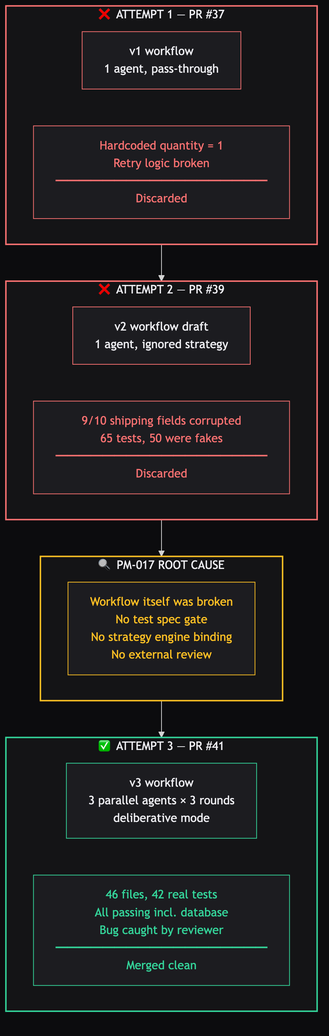
Earlier version of the Mermaid export docs/nathan-reports/assets/three-attempts.png (spaceBrownie/auto-shipper-ai). Its source is kept beside it as docs/nathan-reports/assets/three-attempts.mmd.
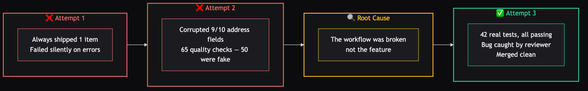
Later version of the same file.

Commit message:
docs: NR-007 revisions — compact diagrams, remove technical jargon

Diff of the diagram source:
```diff
@@ -1,35 +1,27 @@
-graph TB
-    subgraph A1["❌ ATTEMPT 1 — PR #37"]
-        A1D["v1 workflow<br/>1 agent, pass-through"]
-        A1R["Hardcoded quantity = 1<br/>Retry logic broken<br/>━━━━━━━━━━━━━━━━━━<br/>Discarded"]
+graph LR
+    subgraph A1["❌ Attempt 1"]
+        A1R["Always shipped 1 item\nFailed silently on errors"]
     end
 
-    subgraph A2["❌ ATTEMPT 2 — PR #39"]
-        A2D["v2 workflow draft<br/>1 agent, ignored strategy"]
-        A2R["9/10 shipping fields corrupted<br/>65 tests, 50 were fakes<br/>━━━━━━━━━━━━━━━━━━<br/>Discarded"]
+    subgraph A2["❌ Attempt 2"]
+        A2R["Corrupted 9/10 address fields\n65 quality checks — 50 were fake"]
     end
 
-    subgraph PM["🔍 PM-017 ROOT CAUSE"]
-        PMD["Workflow itself was broken<br/>No test spec gate<br/>No strategy engine binding<br/>No external review"]
+    subgraph PM["🔍 Root Cause"]
+        PMR["The workflow was broken\nnot the feature"]
     end
 
-    subgraph A3["✅ ATTEMPT 3 — PR #41"]
-        A3D["v3 workflow<br/>3 parallel agents × 3 rounds<br/>deliberative mode"]
-        A3R["46 files, 42 real tests<br/>All passing incl. database<br/>Bug caught by reviewer<br/>━━━━━━━━━━━━━━━━━━<br/>Merged clean"]
+    subgraph A3["✅ Attempt 3"]
+        A3R["42 real tests, all passing\nBug caught by reviewer\nMerged clean"]
     end
 
-    A1 --> A2
-    A2 --> PM
-    PM --> A3
+    A1 --> A2 --> PM --> A3
 
-    style A1 fill:#141416,stroke:#f87171,stroke-width:2px,color:#ececf0
-    style A2 fill:#141416,stroke:#f87171,stroke-width:2px,color:#ececf0
-    style PM fill:#141416,stroke:#fbbf24,stroke-width:2px,color:#ececf0
-    style A3 fill:#141416,stroke:#34d399,stroke-width:2px,color:#ececf0
-    style A1D fill:#1c1c20,stroke:#f87171,stroke-width:1px,color:#ececf0
-    style A1R fill:#1c1c20,stroke:#f87171,stroke-width:1px,color:#f87171
-    style A2D fill:#1c1c20,stroke:#f87171,stroke-width:1px,color:#ececf0
-    style A2R fill:#1c1c20,stroke:#f87171,stroke-width:1px,color:#f87171
-    style PMD fill:#1c1c20,stroke:#fbbf24,stroke-width:1px,color:#fbbf24
-    style A3D fill:#1c1c20,stroke:#34d399,stroke-width:1px,color:#ececf0
-    style A3R fill:#1c1c20,stroke:#34d399,stroke-width:1px,color:#34d399
+    style A1 fill:#141416,stroke:#f87171,stroke-width:2px,color:#f87171
+    style A2 fill:#141416,stroke:#f87171,stroke-width:2px,color:#f87171
+    style PM fill:#141416,stroke:#fbbf24,stroke-width:2px,color:#fbbf24
+    style A3 fill:#141416,stroke:#34d399,stroke-width:2px,color:#34d399
+    style A1R fill:#1c1c20,stroke:#f87171,stroke-width:1px,color:#ececf0
+    style A2R fill:#1c1c20,stroke:#f87171,stroke-width:1px,color:#ececf0
+    style PMR fill:#1c1c20,stroke:#fbbf24,stroke-width:1px,color:#ececf0
+    style A3R fill:#1c1c20,stroke:#34d399,stroke-width:1px,color:#ececf0
```
